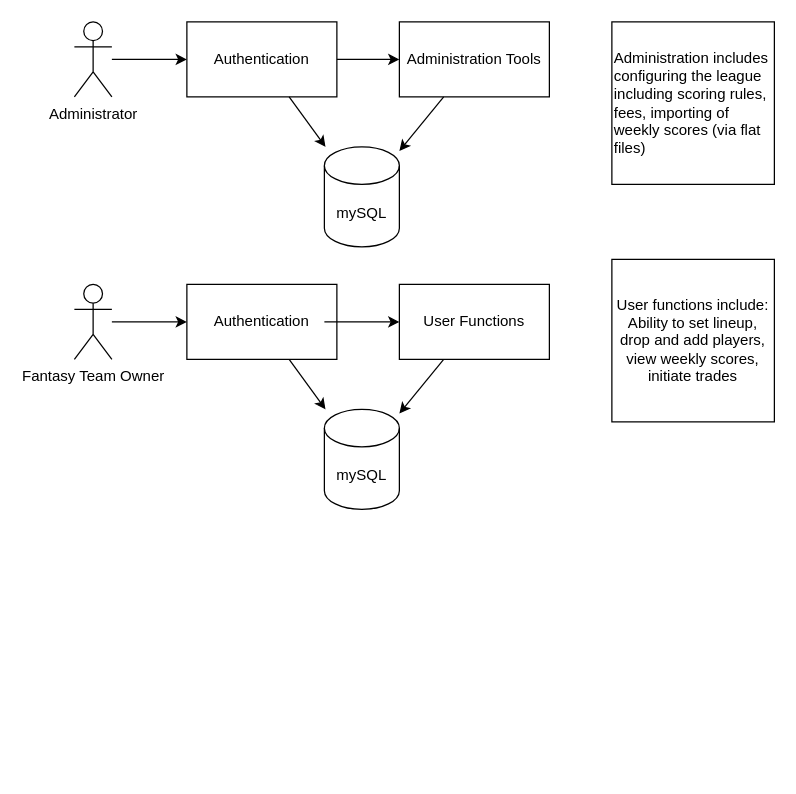
Above: SEFF_Flow.drawio in stuartblavatnik/php-fantasy-football (draw.io), before the change. Source tidied: cells renumbered, new cells numbered last; positions are measured from the earlier drawing's top-left corner, leaving out a move shared by most shapes. Both pictures are drawn from the tidied source at 125%, with x=0, y=0 at pixel (74, 21).
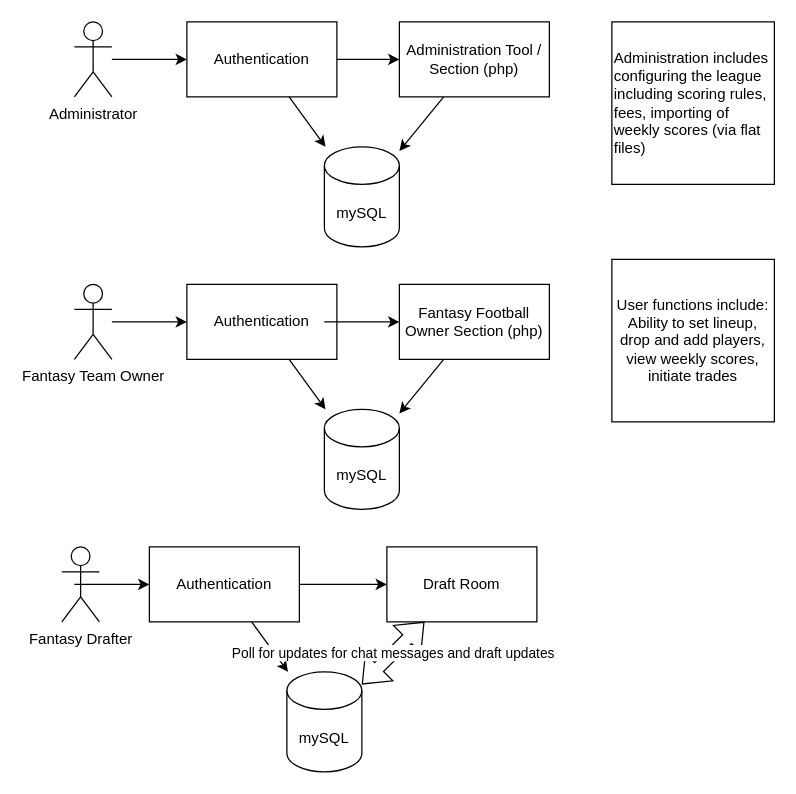
The same page after the edit.

Diff of the diagram source:
```diff
@@
-    <mxCell id="4" value="Administration Tools" style="rounded=0;whiteSpace=wrap;html=1;" parent="1" vertex="1">
+    <mxCell id="4" value="Administration Tool / Section (php)" style="rounded=0;whiteSpace=wrap;html=1;" parent="1" vertex="1">
       <mxGeometry x="260" width="120" height="60" as="geometry" />
     </mxCell>
@@
-    <mxCell id="15" value="User Functions" style="rounded=0;whiteSpace=wrap;html=1;" parent="1" vertex="1">
+    <mxCell id="15" value="Fantasy Football Owner Section (php)" style="rounded=0;whiteSpace=wrap;html=1;" parent="1" vertex="1">
       <mxGeometry x="260" y="210" width="120" height="60" as="geometry" />
     </mxCell>
@@
+    <mxCell id="20" value="Fantasy Drafter" style="shape=umlActor;verticalLabelPosition=bottom;verticalAlign=top;html=1;" parent="1" vertex="1">
+      <mxGeometry x="-10" y="420" width="30" height="60" as="geometry" />
+    </mxCell>
+    <mxCell id="21" value="Authentication" style="rounded=0;whiteSpace=wrap;html=1;" parent="1" vertex="1">
+      <mxGeometry x="60" y="420" width="120" height="60" as="geometry" />
+    </mxCell>
+    <mxCell id="22" style="endArrow=classic;html=1;rounded=0;" parent="1" edge="1" target="21">
+      <mxGeometry relative="1" as="geometry">
+        <mxPoint y="450" as="sourcePoint" />
+      </mxGeometry>
+    </mxCell>
+    <mxCell id="23" value="mySQL" style="shape=cylinder3;whiteSpace=wrap;html=1;boundedLbl=1;backgroundOutline=1;size=15;" parent="1" vertex="1">
+      <mxGeometry x="170" y="520" width="60" height="80" as="geometry" />
+    </mxCell>
+    <mxCell id="24" style="endArrow=classic;html=1;rounded=0;" parent="1" edge="1" source="21" target="23">
+      <mxGeometry relative="1" as="geometry" />
+    </mxCell>
+    <mxCell id="25" value="Draft Room" style="rounded=0;whiteSpace=wrap;html=1;" parent="1" vertex="1">
+      <mxGeometry x="250" y="420" width="120" height="60" as="geometry" />
+    </mxCell>
+    <mxCell id="26" style="endArrow=classic;html=1;rounded=0;" parent="1" edge="1" source="21" target="25">
+      <mxGeometry relative="1" as="geometry" />
+    </mxCell>
+    <mxCell id="27" value="Poll for updates for chat messages and draft updates" style="shape=flexArrow;endArrow=classic;startArrow=classic;html=1;rounded=0;" parent="1" edge="1" source="23" target="25">
+      <mxGeometry relative="1" as="geometry" />
+    </mxCell>
```
